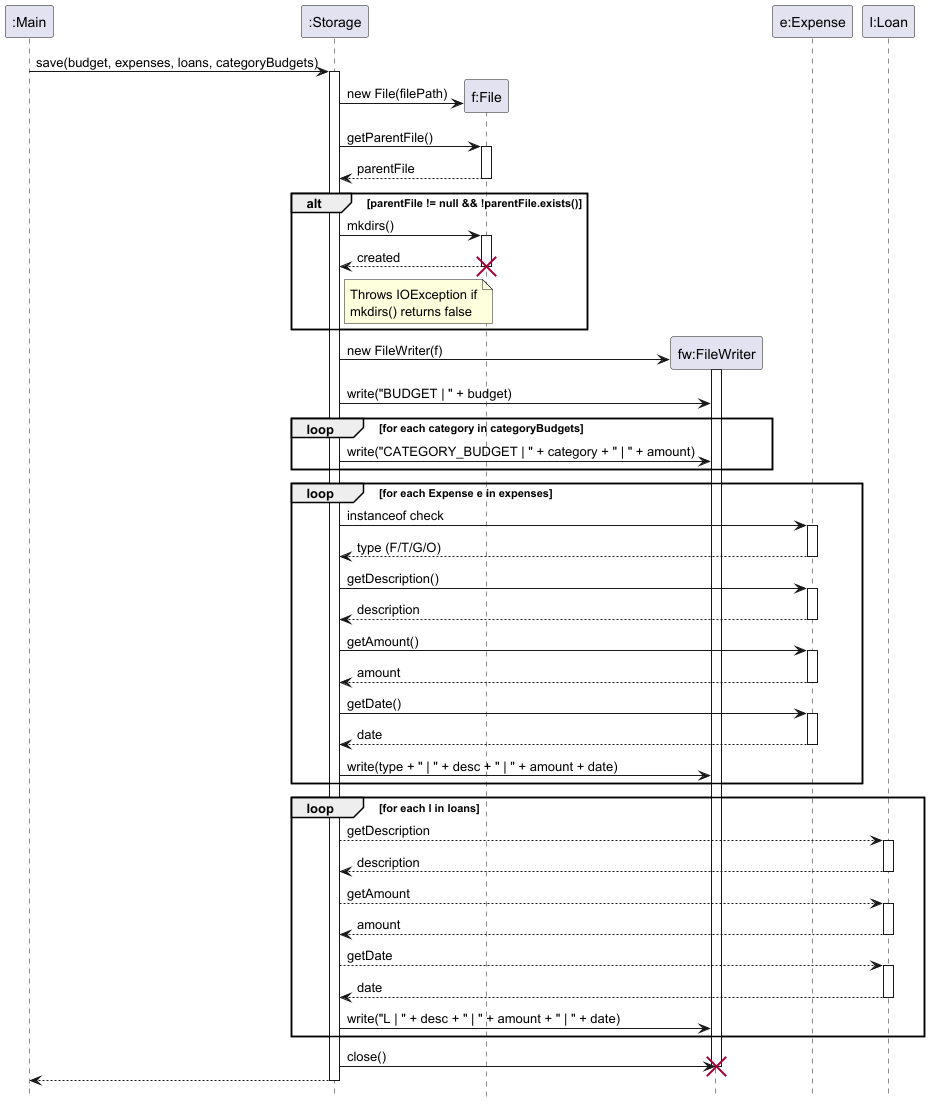
This is docs/Diagrams/storageSave.png from ivan-tan/tp, a PlantUML export, as it was before one commit.
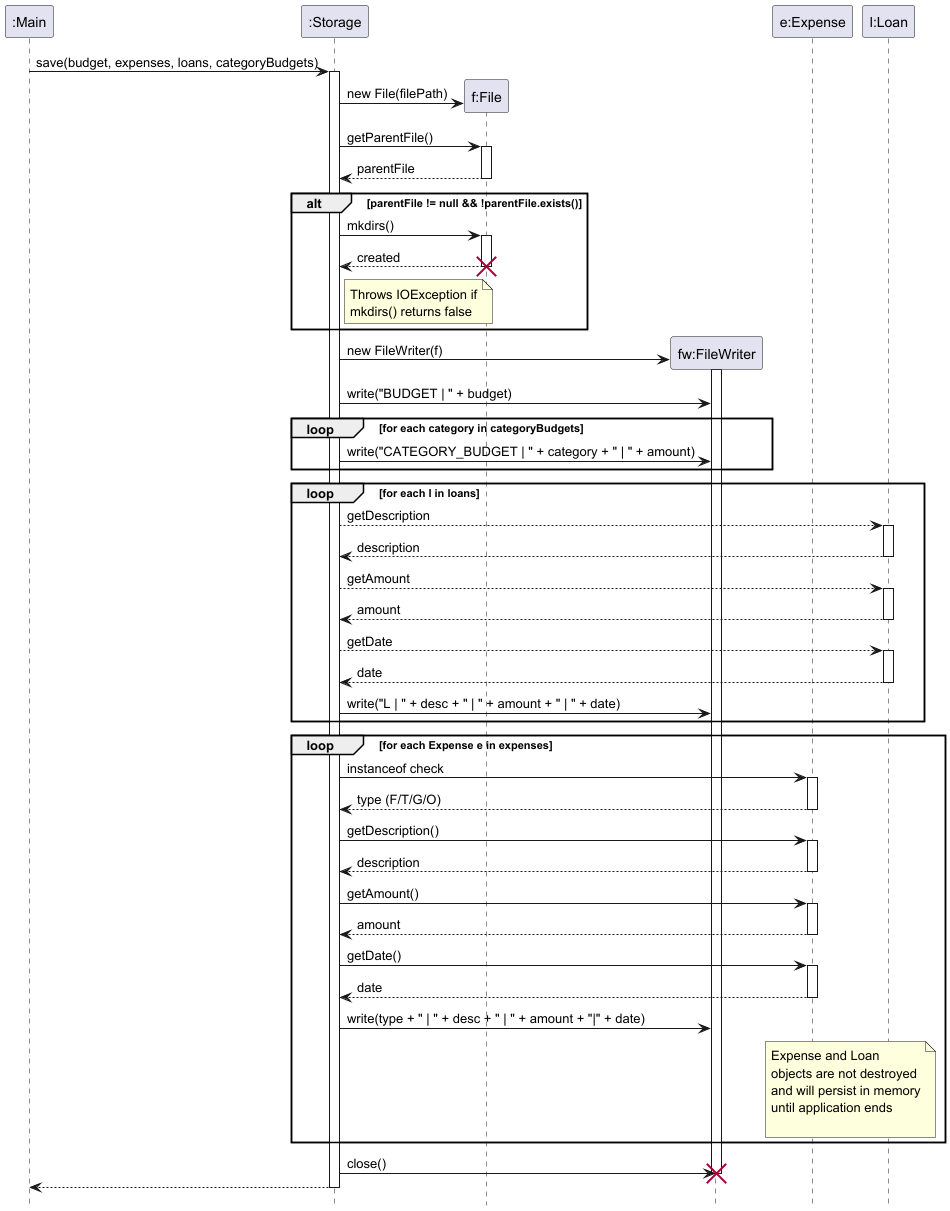
The same diagram one commit later.

Diff of the diagram source:
```diff
@@ -38,6 +38,25 @@
     Storage -> FileWriter : write("CATEGORY_BUDGET | " + category + " | " + amount)
 end
 
+loop for each l in loans
+    Storage --> Loan : getDescription
+    activate Loan
+    Loan --> Storage : description
+    deactivate Loan
+
+    Storage --> Loan : getAmount
+    activate Loan
+    Loan --> Storage : amount
+    deactivate Loan
+
+    Storage --> Loan : getDate
+    activate Loan
+    Loan --> Storage : date
+    deactivate Loan
+
+    Storage -> FileWriter : write("L | " + desc + " | " + amount + " | " + date)
+end
+
 loop for each Expense e in expenses
     Storage -> Expense : instanceof check
     activate Expense
@@ -59,27 +78,18 @@
         Expense --> Storage : date
         deactivate Expense
 
-    Storage -> FileWriter : write(type + " | " + desc + " | " + amount + date)
+    Storage -> FileWriter : write(type + " | " + desc + " | " + amount + "|" + date)
+    note over Expense,Loan
+    Expense and Loan
+    objects are not destroyed
+    and will persist in memory
+    until application ends
+
+    end note
+
 end
 
-loop for each l in loans
-    Storage --> Loan : getDescription
-    activate Loan
-    Loan --> Storage : description
-    deactivate Loan
 
-    Storage --> Loan : getAmount
-    activate Loan
-    Loan --> Storage : amount
-    deactivate Loan
-
-    Storage --> Loan : getDate
-    activate Loan
-    Loan --> Storage : date
-    deactivate Loan
-
-    Storage -> FileWriter : write("L | " + desc + " | " + amount + " | " + date)
-end
 
 Storage -> FileWriter : close()
 destroy FileWriter
```
